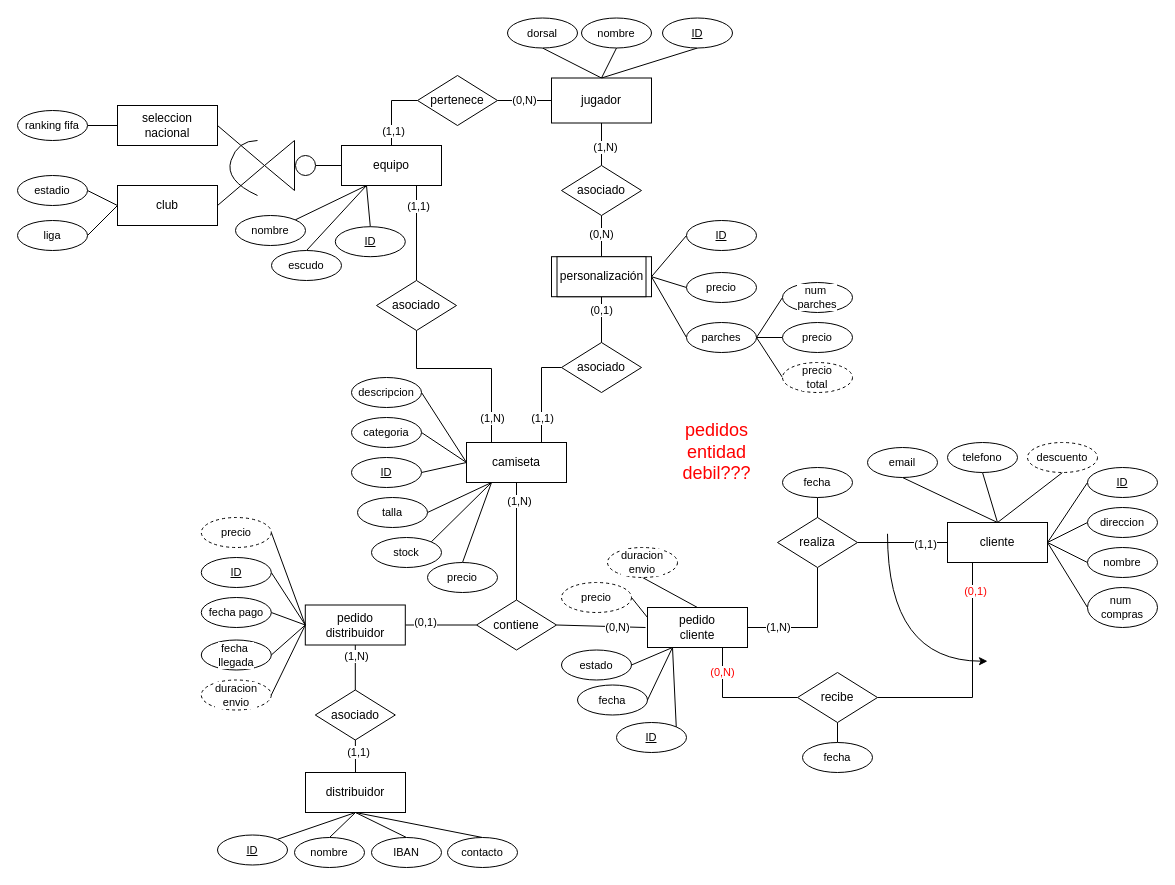
The draw.io diagram pedidos_camisetas.drawio in Robertpm01/ADBD, before the edit. Source tidied: cells renumbered, new cells numbered last; positions are measured from the earlier drawing's top-left corner, leaving out a move shared by most shapes. Both pictures are drawn from the tidied source at 100%, with x=0, y=0 at pixel (17, 18).
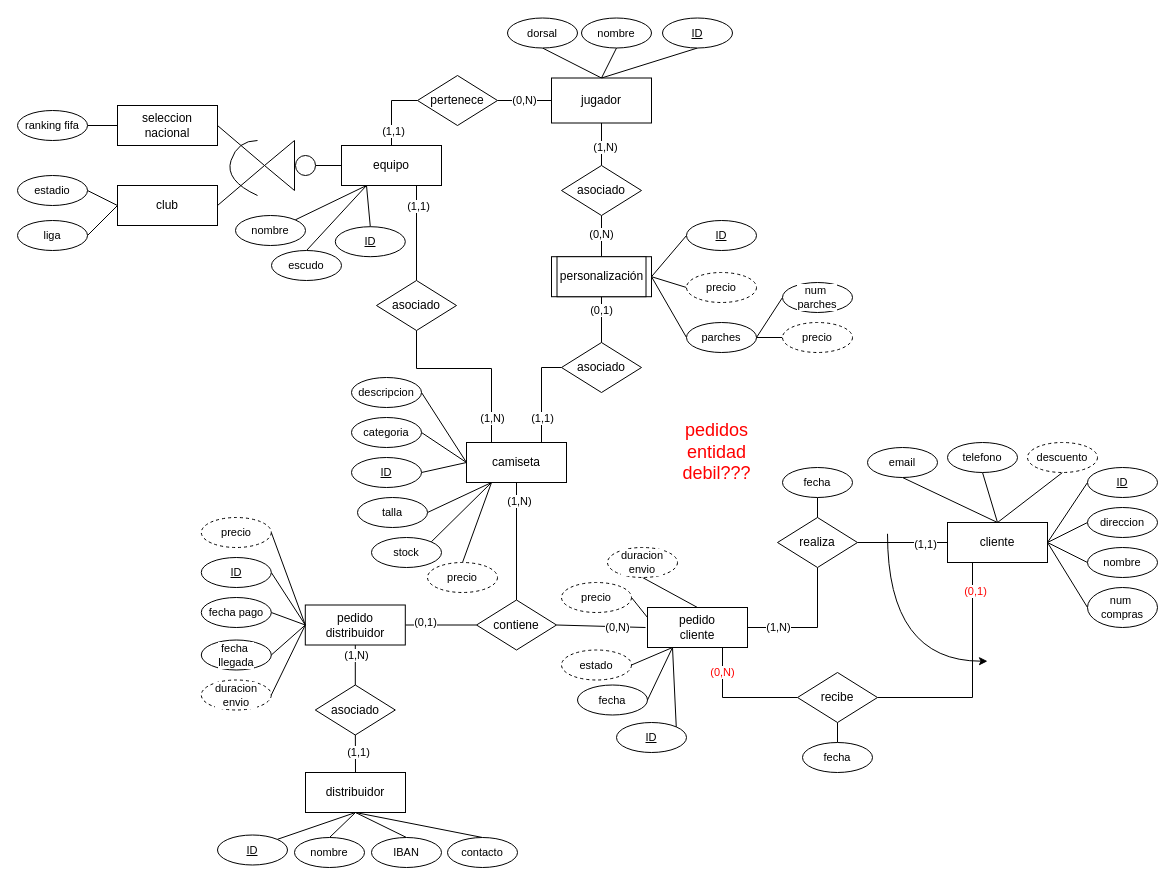
After the change.

Unchanged cells that the change refers to:
```xml
<mxCell id="135" value="parches" style="ellipse;whiteSpace=wrap;html=1;align=center;fontFamily=Helvetica;fontSize=11;fontColor=default;labelBackgroundColor=default;" parent="1" vertex="1">
  <mxGeometry x="669" y="304" width="70" height="30" as="geometry" />
</mxCell>
```

Change to the diagram source:
```diff
@@
     <mxCell id="86" value="asociado" style="shape=rhombus;perimeter=rhombusPerimeter;whiteSpace=wrap;html=1;align=center;" parent="1" vertex="1">
-      <mxGeometry x="297.8" y="671.5" width="80" height="50" as="geometry" />
+      <mxGeometry x="297.8" y="666.5" width="80" height="50" as="geometry" />
     </mxCell>
@@
-    <mxCell id="101" value="precio" style="ellipse;whiteSpace=wrap;html=1;align=center;fontFamily=Helvetica;fontSize=11;fontColor=default;labelBackgroundColor=default;" parent="1" vertex="1">
+    <mxCell id="101" value="precio" style="ellipse;whiteSpace=wrap;html=1;align=center;fontFamily=Helvetica;fontSize=11;fontColor=default;labelBackgroundColor=default;dashed=1;" parent="1" vertex="1">
       <mxGeometry x="669" y="254" width="70" height="30" as="geometry" />
     </mxCell>
@@
-    <mxCell id="111" value="estado" style="ellipse;whiteSpace=wrap;html=1;align=center;fontFamily=Helvetica;fontSize=11;fontColor=default;labelBackgroundColor=default;" parent="1" vertex="1">
+    <mxCell id="111" value="estado" style="ellipse;whiteSpace=wrap;html=1;align=center;fontFamily=Helvetica;fontSize=11;fontColor=default;labelBackgroundColor=default;dashed=1;" parent="1" vertex="1">
       <mxGeometry x="544" y="631.5" width="70" height="30" as="geometry" />
     </mxCell>
@@
-    <mxCell id="117" value="precio" style="ellipse;whiteSpace=wrap;html=1;align=center;fontFamily=Helvetica;fontSize=11;fontColor=default;labelBackgroundColor=default;" parent="1" vertex="1">
+    <mxCell id="117" value="precio" style="ellipse;whiteSpace=wrap;html=1;align=center;fontFamily=Helvetica;fontSize=11;fontColor=default;labelBackgroundColor=default;dashed=1;" parent="1" vertex="1">
       <mxGeometry x="410" y="544" width="70" height="30" as="geometry" />
     </mxCell>
@@
-    <mxCell id="134" style="edgeStyle=none;shape=connector;rounded=0;jettySize=auto;html=1;exitX=1;exitY=0.5;exitDx=0;exitDy=0;entryX=0;entryY=0.5;entryDx=0;entryDy=0;strokeColor=default;align=center;verticalAlign=middle;fontFamily=Helvetica;fontSize=11;fontColor=default;labelBackgroundColor=default;endArrow=none;endFill=0;" parent="1" edge="1" source="135" target="140">
-      <mxGeometry relative="1" as="geometry" />
-    </mxCell>
@@
-    <mxCell id="139" value="precio" style="ellipse;whiteSpace=wrap;html=1;align=center;fontFamily=Helvetica;fontSize=11;fontColor=default;labelBackgroundColor=default;" parent="1" vertex="1">
+    <mxCell id="139" value="precio" style="ellipse;whiteSpace=wrap;html=1;align=center;fontFamily=Helvetica;fontSize=11;fontColor=default;labelBackgroundColor=default;dashed=1;" parent="1" vertex="1">
       <mxGeometry x="765" y="304" width="70" height="30" as="geometry" />
     </mxCell>
-    <mxCell id="140" value="precio&lt;div&gt;total&lt;/div&gt;" style="ellipse;whiteSpace=wrap;html=1;align=center;fontFamily=Helvetica;fontSize=11;fontColor=default;labelBackgroundColor=default;dashed=1;" parent="1" vertex="1">
-      <mxGeometry x="765" y="344" width="70" height="30" as="geometry" />
-    </mxCell>
```
